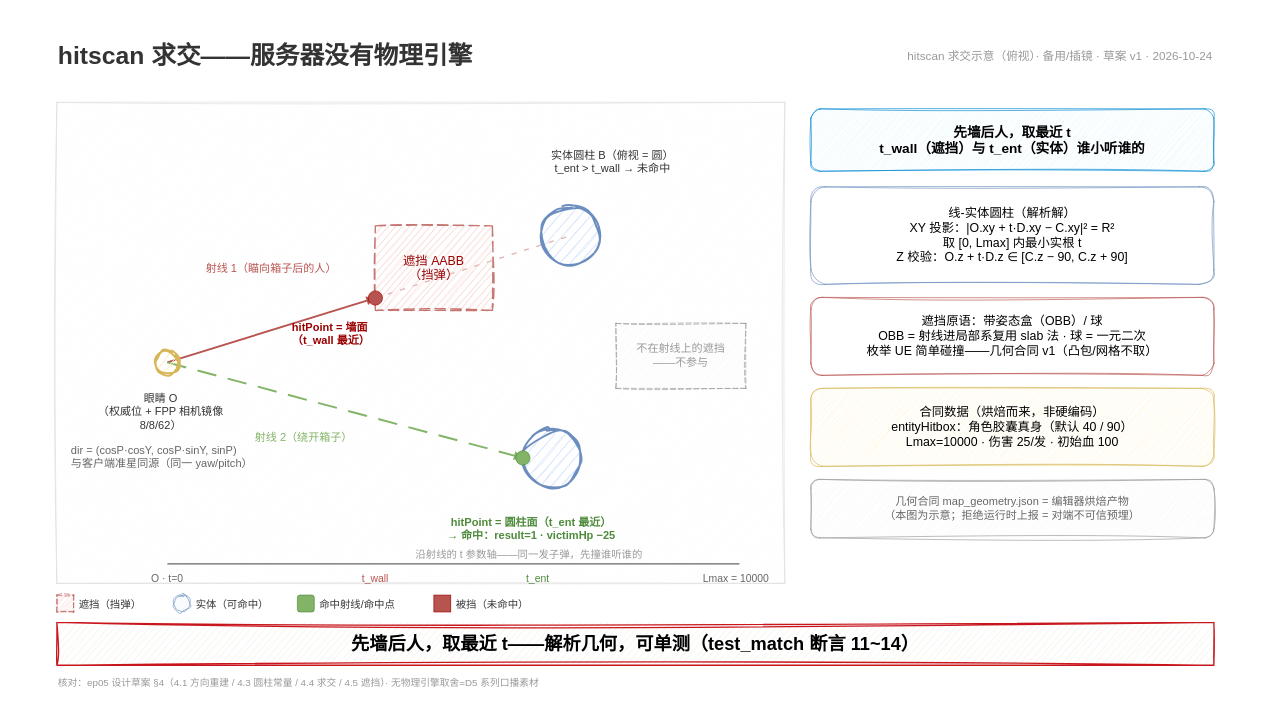
Above: docs/episodes/ep05/hitscan_math.drawio in x-PiXiu/Sightline (draw.io), before the change. Source tidied: cells renumbered, new cells numbered last; positions are measured from the earlier drawing's top-left corner, leaving out a move shared by most shapes. Both pictures are drawn from the tidied source at 65%, with x=0, y=0 at pixel (11, 11).
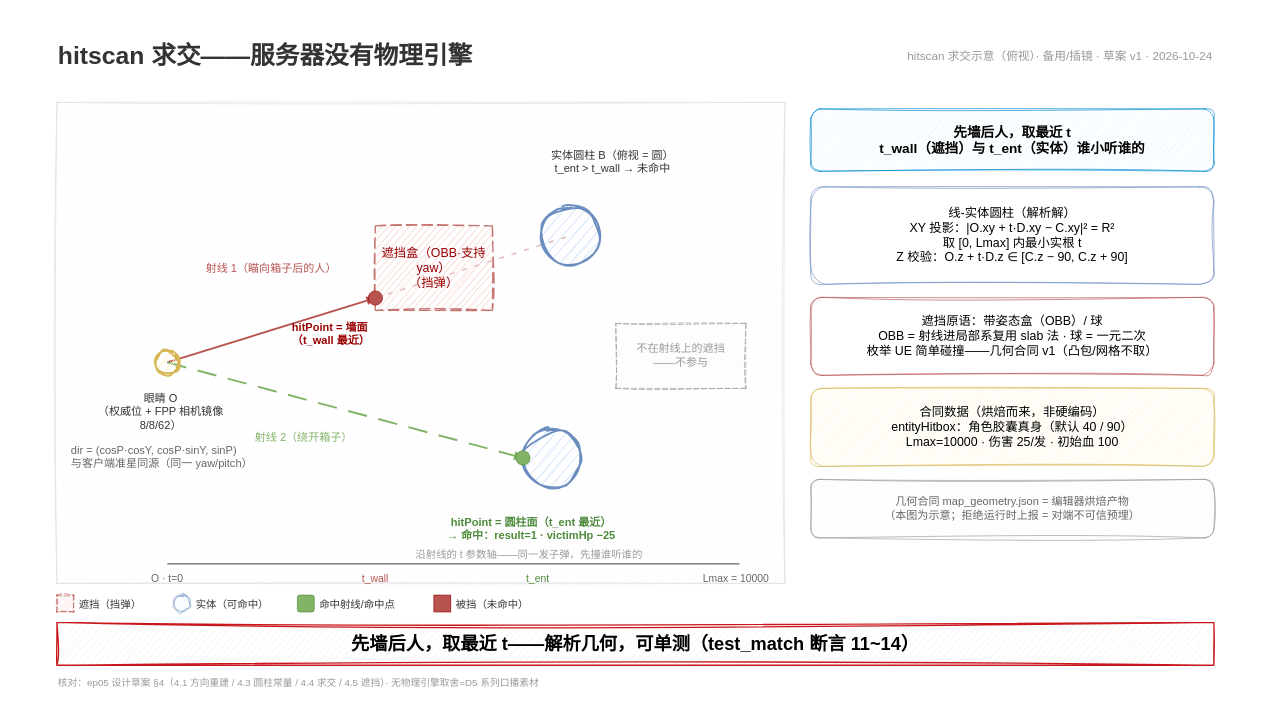
Above is the later version.

Commit message:
ep05 hitscan_math 图=代码精度修正：'遮挡 AABB'→'遮挡盒（OBB·支持 yaw）'——RayBox 实为局部系 slab（反旋 -yaw 后轴对齐），yaw=0 退化为 AABB（当前地图即此行为）；pitch/roll 不支持=D5-08v2 合同边界

Diff of the diagram source:
```diff
@@
-    <mxCell id="14" value="遮挡 AABB&#10;（挡弹）" style="rounded=0;whiteSpace=wrap;fillColor=#f8cecc;strokeColor=#b85450;strokeWidth=2;dashed=1;dashPattern=8 4;fontSize=19;fontColor=#990000;opacity=80;sketch=1;curveFitting=1;jiggle=2;" parent="1" vertex="1">
+    <mxCell id="14" value="遮挡盒（OBB·支持 yaw）&#10;（挡弹）" style="rounded=0;whiteSpace=wrap;fillColor=#f8cecc;strokeColor=#b85450;strokeWidth=2;dashed=1;dashPattern=8 4;fontSize=19;fontColor=#990000;opacity=80;sketch=1;curveFitting=1;jiggle=2;" parent="1" vertex="1">
       <mxGeometry x="560" y="330" width="180" height="130" as="geometry" />
     </mxCell>
```
